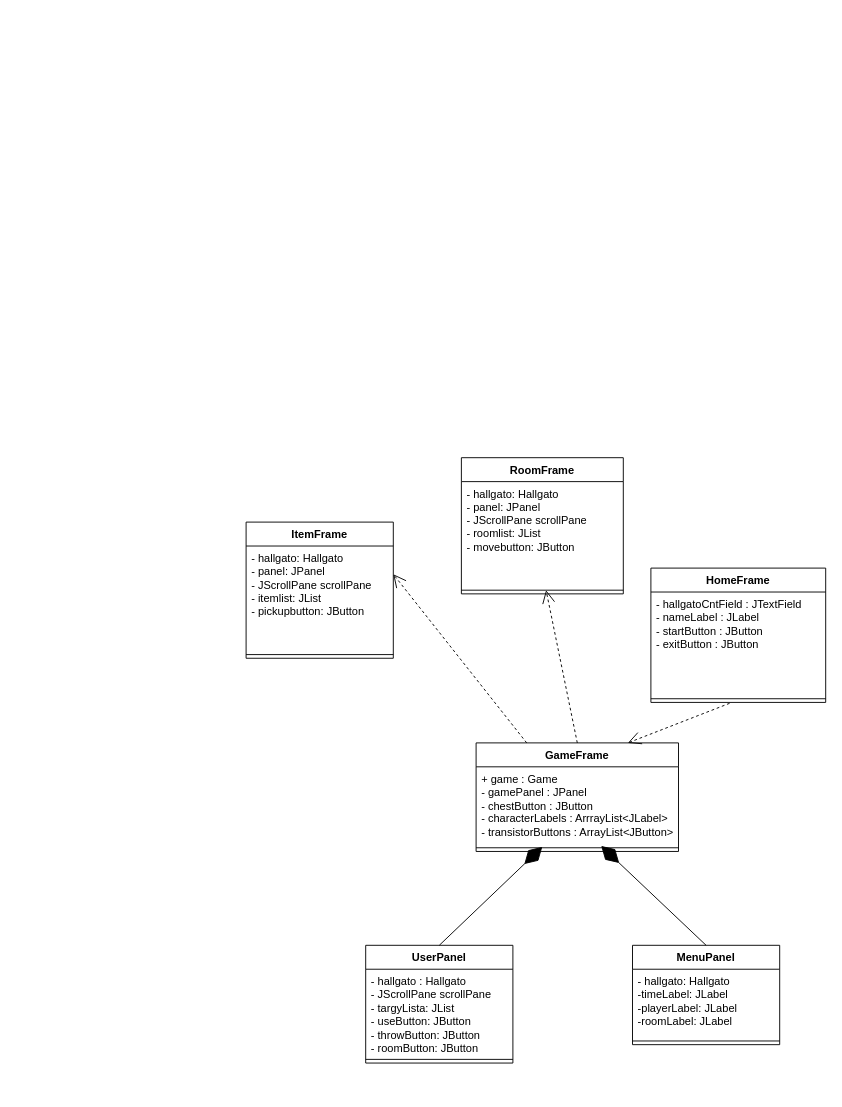
Earlier version of the draw.io diagram Docs/Grafikus_UML.drawio (TarsolyLevente/projlab_pupakok). Source tidied: cells renumbered, new cells numbered last; positions are measured from the earlier drawing's top-left corner, leaving out a move shared by most shapes. Both pictures are drawn from the tidied source at 92%, with x=0, y=0 at pixel (246, 457).
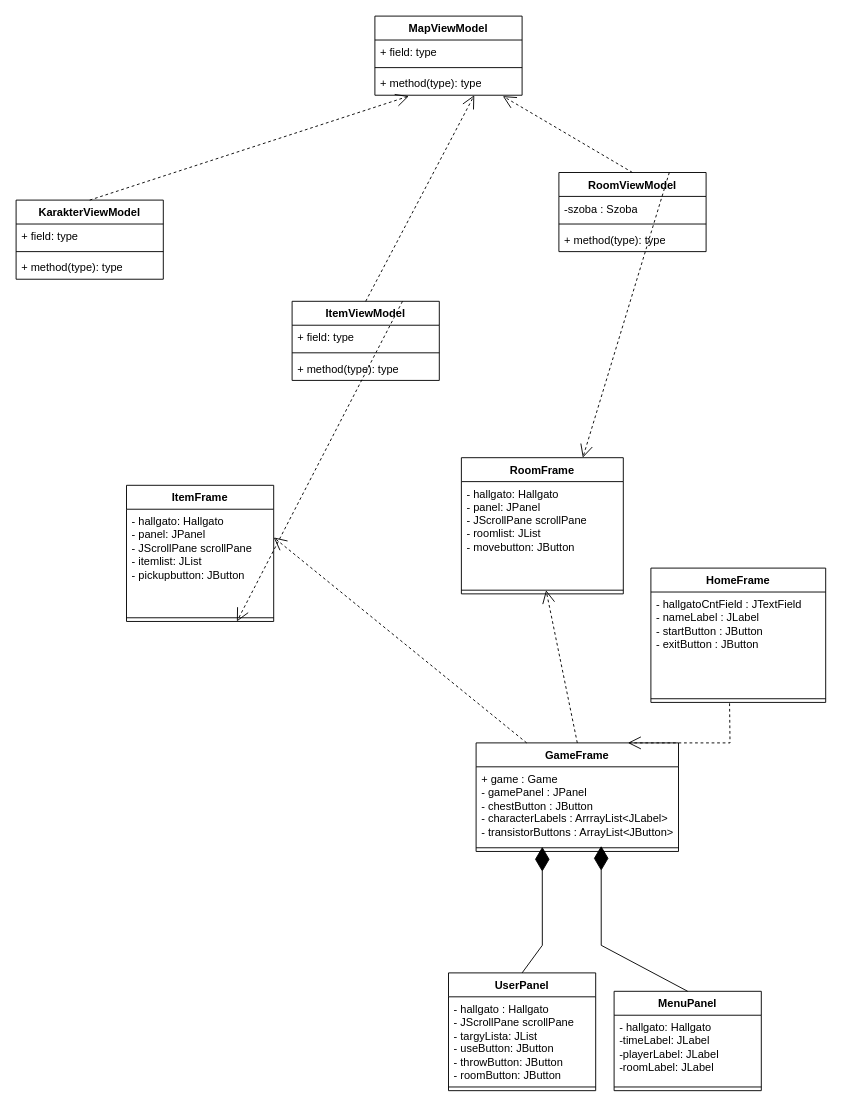
After the change.

The change refers to these unchanged cells:
```xml
<mxCell id="2" value="GameFrame" style="swimlane;fontStyle=1;align=center;verticalAlign=top;horizontal=1;startSize=26;whiteSpace=wrap;html=1;" parent="1" vertex="1">
  <mxGeometry x="250" y="310" width="220" height="118" as="geometry" />
</mxCell>
<mxCell id="3" value="+ game : Game&lt;div&gt;- gamePanel : JPanel&lt;/div&gt;&lt;div&gt;- chestButton : JButton&lt;/div&gt;&lt;div&gt;- characterLabels : ArrrayList&amp;lt;JLabel&amp;gt;&lt;/div&gt;&lt;div&gt;- transistorButtons : ArrayList&amp;lt;JButton&amp;gt;&lt;/div&gt;" style="text;strokeColor=none;fillColor=none;align=left;verticalAlign=top;spacingLeft=4;spacingRight=4;overflow=hidden;points=[[0,0.5],[1,0.5]];portConstraint=eastwest;whiteSpace=wrap;html=1;" parent="2" vertex="1">
  <mxGeometry y="26" width="220" height="84" as="geometry" />
</mxCell>
<mxCell id="4" style="line;strokeWidth=1;fillColor=none;align=left;verticalAlign=middle;spacingTop=-1;spacingLeft=3;spacingRight=3;labelPosition=right;points=[];portConstraint=eastwest;strokeColor=inherit;" parent="2" vertex="1">
  <mxGeometry y="110" width="220" height="8" as="geometry" />
</mxCell>
<mxCell id="5" value="RoomFrame" style="swimlane;fontStyle=1;align=center;verticalAlign=top;horizontal=1;startSize=26;whiteSpace=wrap;html=1;" parent="1" vertex="1">
  <mxGeometry x="234" width="176" height="148" as="geometry" />
</mxCell>
<mxCell id="24" style="line;strokeWidth=1;fillColor=none;align=left;verticalAlign=middle;spacingTop=-1;spacingLeft=3;spacingRight=3;labelPosition=right;points=[];portConstraint=eastwest;strokeColor=inherit;" parent="22" vertex="1">
  <mxGeometry y="138" width="190" height="8" as="geometry" />
</mxCell>
```

Change to the diagram source:
```diff
@@
     <mxCell id="8" value="ItemFrame" style="swimlane;fontStyle=1;align=center;verticalAlign=top;horizontal=1;startSize=26;whiteSpace=wrap;html=1;" parent="1" vertex="1">
-      <mxGeometry y="70" width="160" height="148" as="geometry" />
+      <mxGeometry x="-130" y="30" width="160" height="148" as="geometry" />
     </mxCell>
@@
     <mxCell id="11" value="MenuPanel" style="swimlane;fontStyle=1;align=center;verticalAlign=top;horizontal=1;startSize=26;whiteSpace=wrap;html=1;" parent="1" vertex="1">
-      <mxGeometry x="420" y="530" width="160" height="108" as="geometry" />
+      <mxGeometry x="400" y="580" width="160" height="108" as="geometry" />
     </mxCell>
@@
     <mxCell id="14" value="UserPanel" style="swimlane;fontStyle=1;align=center;verticalAlign=top;horizontal=1;startSize=26;whiteSpace=wrap;html=1;" parent="1" vertex="1">
-      <mxGeometry x="130" y="530" width="160" height="128" as="geometry" />
+      <mxGeometry x="220" y="560" width="160" height="128" as="geometry" />
     </mxCell>
@@
     <mxCell id="17" style="endArrow=diamondThin;endFill=1;endSize=24;html=1;rounded=0;exitX=0.5;exitY=0;exitDx=0;exitDy=0;entryX=0.327;entryY=1.036;entryDx=0;entryDy=0;entryPerimeter=0;" parent="1" edge="1" source="14" target="3">
-      <mxGeometry relative="1" as="geometry" />
+      <mxGeometry relative="1" as="geometry">
+        <Array as="points">
+          <mxPoint x="322" y="530" />
+        </Array>
+      </mxGeometry>
     </mxCell>
     <mxCell id="18" style="endArrow=diamondThin;endFill=1;endSize=24;html=1;rounded=0;exitX=0.5;exitY=0;exitDx=0;exitDy=0;entryX=0.618;entryY=0.25;entryDx=0;entryDy=0;entryPerimeter=0;" parent="1" edge="1" source="11" target="4">
-      <mxGeometry relative="1" as="geometry" />
+      <mxGeometry relative="1" as="geometry">
+        <Array as="points">
+          <mxPoint x="386" y="530" />
+        </Array>
+      </mxGeometry>
     </mxCell>
     <mxCell id="19" style="endArrow=open;endSize=12;dashed=1;html=1;rounded=0;entryX=0.75;entryY=0;entryDx=0;entryDy=0;exitX=0.45;exitY=1.125;exitDx=0;exitDy=0;exitPerimeter=0;" parent="1" edge="1" source="24" target="2">
-      <mxGeometry relative="1" as="geometry" />
+      <mxGeometry relative="1" as="geometry">
+        <Array as="points">
+          <mxPoint x="526" y="310" />
+        </Array>
+      </mxGeometry>
     </mxCell>
@@
+    <mxCell id="25" value="RoomViewModel" style="swimlane;fontStyle=1;align=center;verticalAlign=top;horizontal=1;startSize=26;whiteSpace=wrap;html=1;" parent="1" vertex="1">
+      <mxGeometry x="340" y="-310" width="160" height="86" as="geometry" />
+    </mxCell>
+    <mxCell id="26" value="-szoba : Szoba" style="text;strokeColor=none;fillColor=none;align=left;verticalAlign=top;spacingLeft=4;spacingRight=4;overflow=hidden;whiteSpace=wrap;html=1;" parent="25" vertex="1">
+      <mxGeometry y="26" width="160" height="26" as="geometry" />
+    </mxCell>
+    <mxCell id="27" style="line;strokeWidth=1;fillColor=none;align=left;verticalAlign=middle;spacingTop=-1;spacingLeft=3;spacingRight=3;labelPosition=right;strokeColor=inherit;" parent="25" vertex="1">
+      <mxGeometry y="52" width="160" height="8" as="geometry" />
+    </mxCell>
+    <mxCell id="28" value="+ method(type): type" style="text;strokeColor=none;fillColor=none;align=left;verticalAlign=top;spacingLeft=4;spacingRight=4;overflow=hidden;whiteSpace=wrap;html=1;" parent="25" vertex="1">
+      <mxGeometry y="60" width="160" height="26" as="geometry" />
+    </mxCell>
+    <mxCell id="29" value="MapViewModel" style="swimlane;fontStyle=1;align=center;verticalAlign=top;horizontal=1;startSize=26;whiteSpace=wrap;html=1;" parent="1" vertex="1">
+      <mxGeometry x="140" y="-480" width="160" height="86" as="geometry" />
+    </mxCell>
+    <mxCell id="30" value="+ field: type" style="text;strokeColor=none;fillColor=none;align=left;verticalAlign=top;spacingLeft=4;spacingRight=4;overflow=hidden;whiteSpace=wrap;html=1;" parent="29" vertex="1">
+      <mxGeometry y="26" width="160" height="26" as="geometry" />
+    </mxCell>
+    <mxCell id="31" style="line;strokeWidth=1;fillColor=none;align=left;verticalAlign=middle;spacingTop=-1;spacingLeft=3;spacingRight=3;labelPosition=right;strokeColor=inherit;" parent="29" vertex="1">
+      <mxGeometry y="52" width="160" height="8" as="geometry" />
+    </mxCell>
+    <mxCell id="32" value="+ method(type): type" style="text;strokeColor=none;fillColor=none;align=left;verticalAlign=top;spacingLeft=4;spacingRight=4;overflow=hidden;points=[[0,0.5],[1,0.5]];portConstraint=eastwest;whiteSpace=wrap;html=1;" parent="29" vertex="1">
+      <mxGeometry y="60" width="160" height="26" as="geometry" />
+    </mxCell>
+    <mxCell id="33" value="KarakterViewModel" style="swimlane;fontStyle=1;align=center;verticalAlign=top;horizontal=1;startSize=26;whiteSpace=wrap;html=1;" parent="1" vertex="1">
+      <mxGeometry x="-250" y="-280" width="160" height="86" as="geometry" />
+    </mxCell>
+    <mxCell id="34" value="+ field: type" style="text;strokeColor=none;fillColor=none;align=left;verticalAlign=top;spacingLeft=4;spacingRight=4;overflow=hidden;whiteSpace=wrap;html=1;" parent="33" vertex="1">
+      <mxGeometry y="26" width="160" height="26" as="geometry" />
+    </mxCell>
+    <mxCell id="35" style="line;strokeWidth=1;fillColor=none;align=left;verticalAlign=middle;spacingTop=-1;spacingLeft=3;spacingRight=3;labelPosition=right;strokeColor=inherit;" parent="33" vertex="1">
+      <mxGeometry y="52" width="160" height="8" as="geometry" />
+    </mxCell>
+    <mxCell id="36" value="+ method(type): type" style="text;strokeColor=none;fillColor=none;align=left;verticalAlign=top;spacingLeft=4;spacingRight=4;overflow=hidden;whiteSpace=wrap;html=1;" parent="33" vertex="1">
+      <mxGeometry y="60" width="160" height="26" as="geometry" />
+    </mxCell>
+    <mxCell id="37" value="ItemViewModel" style="swimlane;fontStyle=1;align=center;verticalAlign=top;horizontal=1;startSize=26;whiteSpace=wrap;html=1;" parent="1" vertex="1">
+      <mxGeometry x="50" y="-170" width="160" height="86" as="geometry" />
+    </mxCell>
+    <mxCell id="38" value="+ field: type" style="text;strokeColor=none;fillColor=none;align=left;verticalAlign=top;spacingLeft=4;spacingRight=4;overflow=hidden;whiteSpace=wrap;html=1;" parent="37" vertex="1">
+      <mxGeometry y="26" width="160" height="26" as="geometry" />
+    </mxCell>
+    <mxCell id="39" style="line;strokeWidth=1;fillColor=none;align=left;verticalAlign=middle;spacingTop=-1;spacingLeft=3;spacingRight=3;labelPosition=right;strokeColor=inherit;" parent="37" vertex="1">
+      <mxGeometry y="52" width="160" height="8" as="geometry" />
+    </mxCell>
+    <mxCell id="40" value="+ method(type): type" style="text;strokeColor=none;fillColor=none;align=left;verticalAlign=top;spacingLeft=4;spacingRight=4;overflow=hidden;whiteSpace=wrap;html=1;" parent="37" vertex="1">
+      <mxGeometry y="60" width="160" height="26" as="geometry" />
+    </mxCell>
+    <mxCell id="41" style="endArrow=open;endSize=12;dashed=1;html=1;rounded=0;entryX=0.869;entryY=1.038;entryDx=0;entryDy=0;entryPerimeter=0;exitX=0.5;exitY=0;exitDx=0;exitDy=0;" parent="1" edge="1" source="25" target="32">
+      <mxGeometry relative="1" as="geometry" />
+    </mxCell>
+    <mxCell id="42" style="endArrow=open;endSize=12;dashed=1;html=1;rounded=0;entryX=0.231;entryY=1.038;entryDx=0;entryDy=0;entryPerimeter=0;exitX=0.5;exitY=0;exitDx=0;exitDy=0;" parent="1" edge="1" source="33" target="32">
+      <mxGeometry relative="1" as="geometry" />
+    </mxCell>
+    <mxCell id="43" style="endArrow=open;endSize=12;dashed=1;html=1;rounded=0;entryX=0.675;entryY=1;entryDx=0;entryDy=0;exitX=0.5;exitY=0;exitDx=0;exitDy=0;entryPerimeter=0;" parent="1" edge="1" source="37" target="32">
+      <mxGeometry relative="1" as="geometry" />
+    </mxCell>
+    <mxCell id="44" style="endArrow=open;endSize=12;dashed=1;html=1;rounded=0;entryX=0.75;entryY=1;entryDx=0;entryDy=0;exitX=0.75;exitY=0;exitDx=0;exitDy=0;" parent="1" edge="1" source="37" target="8">
+      <mxGeometry relative="1" as="geometry" />
+    </mxCell>
+    <mxCell id="45" style="endArrow=open;endSize=12;dashed=1;html=1;rounded=0;entryX=0.75;entryY=0;entryDx=0;entryDy=0;exitX=0.75;exitY=0;exitDx=0;exitDy=0;" parent="1" edge="1" source="25" target="5">
+      <mxGeometry relative="1" as="geometry" />
+    </mxCell>
```
